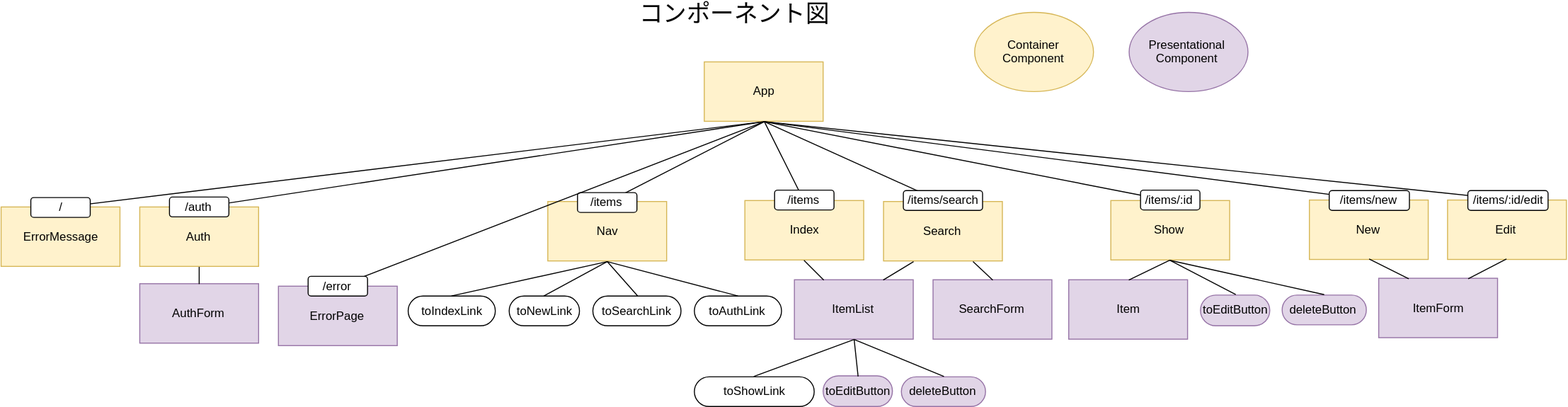
Before: diagram/component.svg, a diagram exported from draw.io (emgniddikur/react-app). Source tidied: cells renumbered, new cells last; positions are measured from the earlier drawing's top-left corner, leaving out a move shared by most shapes.
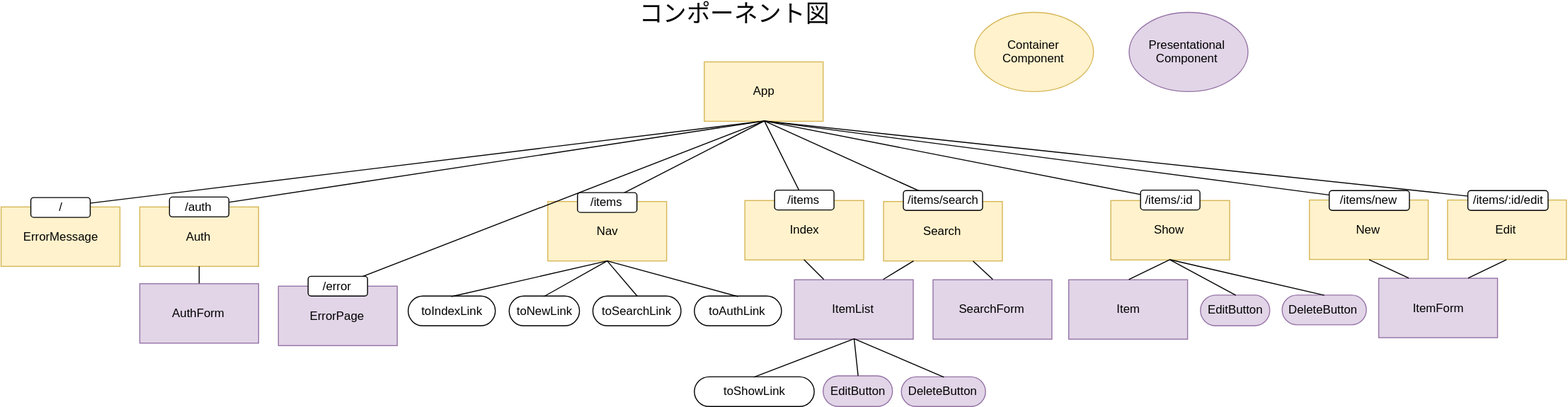
After the change.

What changed in the source:
```diff
@@ -17,10 +17,10 @@
     <mxCell id="6" value="toNewLink" style="rounded=1;whiteSpace=wrap;html=1;arcSize=50;" parent="1" vertex="1">
       <mxGeometry x="513" y="286.5" width="71" height="30" as="geometry" />
     </mxCell>
-    <mxCell id="7" value="toEditButton&lt;br&gt;" style="rounded=1;whiteSpace=wrap;html=1;arcSize=50;fillColor=#e1d5e7;strokeColor=#9673a6;" parent="1" vertex="1">
+    <mxCell id="7" value="EditButton&lt;br&gt;" style="rounded=1;whiteSpace=wrap;html=1;arcSize=50;fillColor=#e1d5e7;strokeColor=#9673a6;" parent="1" vertex="1">
       <mxGeometry x="1211" y="285.5" width="70" height="31" as="geometry" />
     </mxCell>
-    <mxCell id="8" value="deleteButton&lt;br&gt;" style="rounded=1;whiteSpace=wrap;html=1;arcSize=50;fillColor=#e1d5e7;strokeColor=#9673a6;" parent="1" vertex="1">
+    <mxCell id="8" value="DeleteButton&lt;br&gt;" style="rounded=1;whiteSpace=wrap;html=1;arcSize=50;fillColor=#e1d5e7;strokeColor=#9673a6;" parent="1" vertex="1">
       <mxGeometry x="1293.5" y="285.5" width="85" height="30" as="geometry" />
     </mxCell>
     <mxCell id="9" style="endArrow=none;html=1;exitX=0.5;exitY=0;exitDx=0;exitDy=0;entryX=0.5;entryY=1;entryDx=0;entryDy=0;" parent="1" edge="1" source="5" target="2">
@@ -167,13 +167,13 @@
     <mxCell id="56" value="/error" style="rounded=1;whiteSpace=wrap;html=1;" parent="1" vertex="1">
       <mxGeometry x="310" y="266.5" width="60" height="20" as="geometry" />
     </mxCell>
-    <mxCell id="57" value="toEditButton&lt;br&gt;" style="rounded=1;whiteSpace=wrap;html=1;arcSize=50;fillColor=#e1d5e7;strokeColor=#9673a6;" parent="1" vertex="1">
+    <mxCell id="57" value="EditButton&lt;br&gt;" style="rounded=1;whiteSpace=wrap;html=1;arcSize=50;fillColor=#e1d5e7;strokeColor=#9673a6;" parent="1" vertex="1">
       <mxGeometry x="830" y="367" width="70" height="31" as="geometry" />
     </mxCell>
     <mxCell id="58" style="endArrow=none;html=1;entryX=0.5;entryY=1;entryDx=0;entryDy=0;exitX=0.5;exitY=0;exitDx=0;exitDy=0;" parent="1" edge="1" source="57" target="19">
       <mxGeometry relative="1" as="geometry" />
     </mxCell>
-    <mxCell id="59" value="deleteButton&lt;br&gt;" style="rounded=1;whiteSpace=wrap;html=1;arcSize=50;fillColor=#e1d5e7;strokeColor=#9673a6;" parent="1" vertex="1">
+    <mxCell id="59" value="DeleteButton&lt;br&gt;" style="rounded=1;whiteSpace=wrap;html=1;arcSize=50;fillColor=#e1d5e7;strokeColor=#9673a6;" parent="1" vertex="1">
       <mxGeometry x="909" y="368" width="85" height="30" as="geometry" />
     </mxCell>
     <mxCell id="60" style="endArrow=none;html=1;entryX=0.5;entryY=1;entryDx=0;entryDy=0;exitX=0.5;exitY=0;exitDx=0;exitDy=0;" parent="1" edge="1" source="59" target="19">
```
